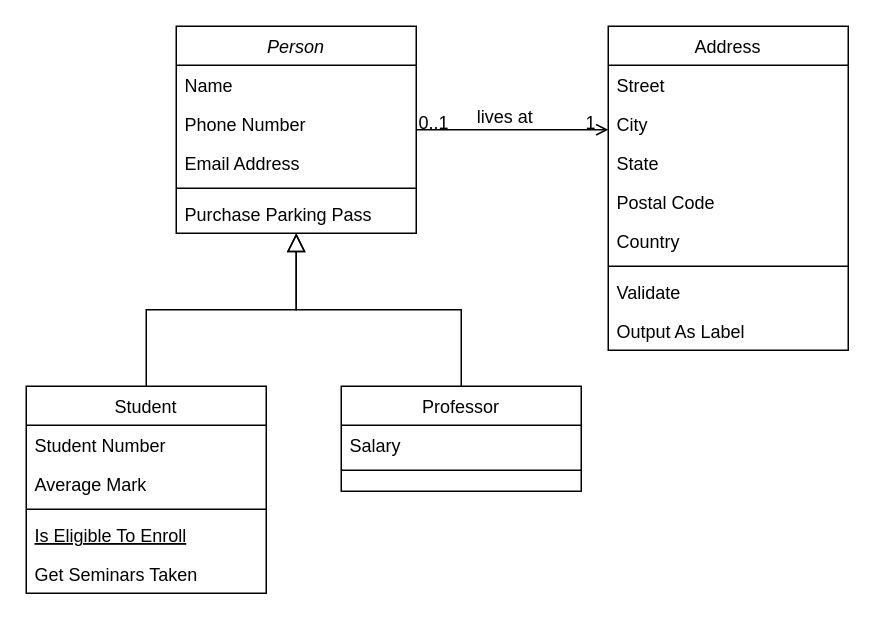
Before: documentacao/diagramas/ClassDiagram.drawio in GEdO23/PriceWhisperApp, a draw.io diagram. Source tidied: cells renumbered, new cells numbered last; positions are measured from the earlier drawing's top-left corner, leaving out a move shared by most shapes. Both pictures are drawn from the tidied source at 150%, with x=0, y=0 at pixel (26, 26).
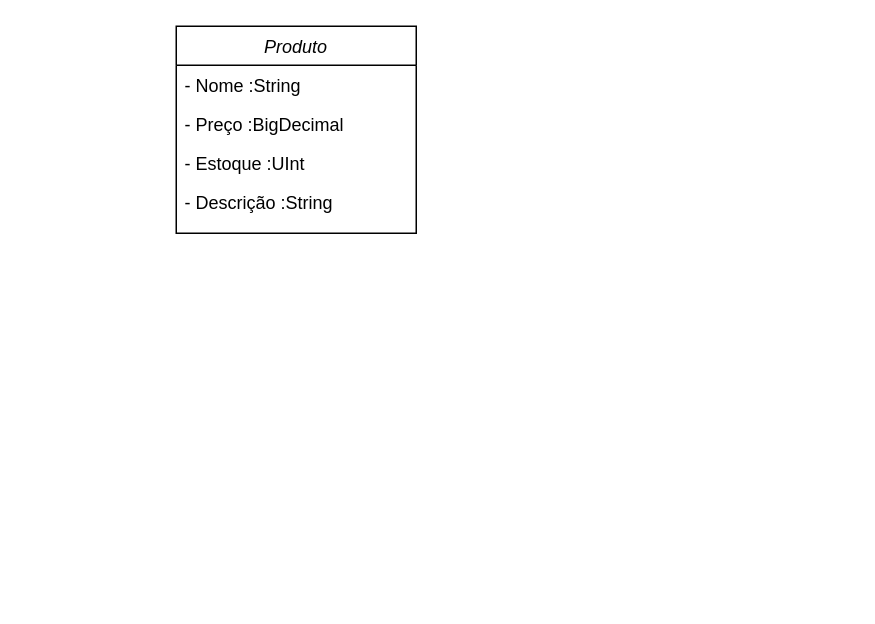
The same diagram, later.

What changed in the source:
```diff
@@
-    <mxCell id="2" value="Person" style="swimlane;fontStyle=2;align=center;verticalAlign=top;horizontal=1;startSize=26;rounded=0;shadow=0;strokeWidth=1;" parent="1" vertex="1">
+    <mxCell id="2" value="Produto" style="swimlane;fontStyle=2;align=center;verticalAlign=top;horizontal=1;startSize=26;rounded=0;shadow=0;strokeWidth=1;" parent="1" vertex="1">
       <mxGeometry x="100" width="160" height="138" as="geometry" />
     </mxCell>
-    <mxCell id="3" value="Name" style="text;align=left;verticalAlign=top;spacingLeft=4;spacingRight=4;overflow=hidden;" parent="2" vertex="1">
+    <mxCell id="3" value="- Nome :String" style="text;align=left;verticalAlign=top;spacingLeft=4;spacingRight=4;overflow=hidden;" parent="2" vertex="1">
       <mxGeometry y="26" width="160" height="26" as="geometry" />
     </mxCell>
-    <mxCell id="4" value="Phone Number" style="text;align=left;verticalAlign=top;spacingLeft=4;spacingRight=4;overflow=hidden;rounded=0;shadow=0;html=0;" parent="2" vertex="1">
+    <mxCell id="4" value="- Preço :BigDecimal" style="text;align=left;verticalAlign=top;spacingLeft=4;spacingRight=4;overflow=hidden;rounded=0;shadow=0;html=0;" parent="2" vertex="1">
       <mxGeometry y="52" width="160" height="26" as="geometry" />
     </mxCell>
-    <mxCell id="5" value="Email Address" style="text;align=left;verticalAlign=top;spacingLeft=4;spacingRight=4;overflow=hidden;rounded=0;shadow=0;html=0;" parent="2" vertex="1">
+    <mxCell id="5" value="- Estoque :UInt" style="text;align=left;verticalAlign=top;spacingLeft=4;spacingRight=4;overflow=hidden;rounded=0;shadow=0;html=0;" parent="2" vertex="1">
       <mxGeometry y="78" width="160" height="26" as="geometry" />
     </mxCell>
-    <mxCell id="6" style="line;html=1;strokeWidth=1;align=left;verticalAlign=middle;spacingTop=-1;spacingLeft=3;spacingRight=3;labelPosition=right;" parent="2" vertex="1">
-      <mxGeometry y="104" width="160" height="8" as="geometry" />
-    </mxCell>
-    <mxCell id="7" value="Purchase Parking Pass" style="text;align=left;verticalAlign=top;spacingLeft=4;spacingRight=4;overflow=hidden;" parent="2" vertex="1">
-      <mxGeometry y="112" width="160" height="26" as="geometry" />
-    </mxCell>
-    <mxCell id="8" value="Student" style="swimlane;fontStyle=0;align=center;verticalAlign=top;horizontal=1;startSize=26;rounded=0;shadow=0;strokeWidth=1;" parent="1" vertex="1">
-      <mxGeometry y="240" width="160" height="138" as="geometry" />
-    </mxCell>
-    <mxCell id="9" value="Student Number" style="text;align=left;verticalAlign=top;spacingLeft=4;spacingRight=4;overflow=hidden;" parent="8" vertex="1">
-      <mxGeometry y="26" width="160" height="26" as="geometry" />
-    </mxCell>
-    <mxCell id="10" value="Average Mark" style="text;align=left;verticalAlign=top;spacingLeft=4;spacingRight=4;overflow=hidden;rounded=0;shadow=0;html=0;" parent="8" vertex="1">
-      <mxGeometry y="52" width="160" height="26" as="geometry" />
-    </mxCell>
-    <mxCell id="11" style="line;html=1;strokeWidth=1;align=left;verticalAlign=middle;spacingTop=-1;spacingLeft=3;spacingRight=3;labelPosition=right;" parent="8" vertex="1">
-      <mxGeometry y="78" width="160" height="8" as="geometry" />
-    </mxCell>
-    <mxCell id="12" value="Is Eligible To Enroll" style="text;align=left;verticalAlign=top;spacingLeft=4;spacingRight=4;overflow=hidden;fontStyle=4;" parent="8" vertex="1">
-      <mxGeometry y="86" width="160" height="26" as="geometry" />
-    </mxCell>
-    <mxCell id="13" value="Get Seminars Taken" style="text;align=left;verticalAlign=top;spacingLeft=4;spacingRight=4;overflow=hidden;" parent="8" vertex="1">
-      <mxGeometry y="112" width="160" height="26" as="geometry" />
-    </mxCell>
-    <mxCell id="14" style="endArrow=block;endSize=10;endFill=0;shadow=0;strokeWidth=1;rounded=0;curved=0;edgeStyle=elbowEdgeStyle;elbow=vertical;" parent="1" edge="1" source="8" target="2">
-      <mxGeometry relative="1" as="geometry" />
-    </mxCell>
-    <mxCell id="15" value="Professor" style="swimlane;fontStyle=0;align=center;verticalAlign=top;horizontal=1;startSize=26;rounded=0;shadow=0;strokeWidth=1;" parent="1" vertex="1">
-      <mxGeometry x="210" y="240" width="160" height="70" as="geometry" />
-    </mxCell>
-    <mxCell id="16" value="Salary" style="text;align=left;verticalAlign=top;spacingLeft=4;spacingRight=4;overflow=hidden;" parent="15" vertex="1">
-      <mxGeometry y="26" width="160" height="26" as="geometry" />
-    </mxCell>
-    <mxCell id="17" style="line;html=1;strokeWidth=1;align=left;verticalAlign=middle;spacingTop=-1;spacingLeft=3;spacingRight=3;labelPosition=right;" parent="15" vertex="1">
-      <mxGeometry y="52" width="160" height="8" as="geometry" />
-    </mxCell>
-    <mxCell id="18" style="endArrow=block;endSize=10;endFill=0;shadow=0;strokeWidth=1;rounded=0;curved=0;edgeStyle=elbowEdgeStyle;elbow=vertical;" parent="1" edge="1" source="15" target="2">
-      <mxGeometry relative="1" as="geometry" />
-    </mxCell>
-    <mxCell id="19" value="Address" style="swimlane;fontStyle=0;align=center;verticalAlign=top;horizontal=1;startSize=26;rounded=0;shadow=0;strokeWidth=1;" parent="1" vertex="1">
-      <mxGeometry x="388" width="160" height="216" as="geometry" />
-    </mxCell>
-    <mxCell id="20" value="Street" style="text;align=left;verticalAlign=top;spacingLeft=4;spacingRight=4;overflow=hidden;" parent="19" vertex="1">
-      <mxGeometry y="26" width="160" height="26" as="geometry" />
-    </mxCell>
-    <mxCell id="21" value="City" style="text;align=left;verticalAlign=top;spacingLeft=4;spacingRight=4;overflow=hidden;rounded=0;shadow=0;html=0;" parent="19" vertex="1">
-      <mxGeometry y="52" width="160" height="26" as="geometry" />
-    </mxCell>
-    <mxCell id="22" value="State" style="text;align=left;verticalAlign=top;spacingLeft=4;spacingRight=4;overflow=hidden;rounded=0;shadow=0;html=0;" parent="19" vertex="1">
-      <mxGeometry y="78" width="160" height="26" as="geometry" />
-    </mxCell>
-    <mxCell id="23" value="Postal Code" style="text;align=left;verticalAlign=top;spacingLeft=4;spacingRight=4;overflow=hidden;rounded=0;shadow=0;html=0;" parent="19" vertex="1">
-      <mxGeometry y="104" width="160" height="26" as="geometry" />
-    </mxCell>
-    <mxCell id="24" value="Country" style="text;align=left;verticalAlign=top;spacingLeft=4;spacingRight=4;overflow=hidden;rounded=0;shadow=0;html=0;" parent="19" vertex="1">
-      <mxGeometry y="130" width="160" height="26" as="geometry" />
-    </mxCell>
-    <mxCell id="25" style="line;html=1;strokeWidth=1;align=left;verticalAlign=middle;spacingTop=-1;spacingLeft=3;spacingRight=3;labelPosition=right;" parent="19" vertex="1">
-      <mxGeometry y="156" width="160" height="8" as="geometry" />
-    </mxCell>
-    <mxCell id="26" value="Validate" style="text;align=left;verticalAlign=top;spacingLeft=4;spacingRight=4;overflow=hidden;" parent="19" vertex="1">
-      <mxGeometry y="164" width="160" height="26" as="geometry" />
-    </mxCell>
-    <mxCell id="27" value="Output As Label" style="text;align=left;verticalAlign=top;spacingLeft=4;spacingRight=4;overflow=hidden;" parent="19" vertex="1">
-      <mxGeometry y="190" width="160" height="26" as="geometry" />
-    </mxCell>
-    <mxCell id="28" style="endArrow=open;shadow=0;strokeWidth=1;rounded=0;curved=0;endFill=1;edgeStyle=elbowEdgeStyle;elbow=vertical;" parent="1" edge="1" source="2" target="19">
-      <mxGeometry x="0.5" y="41" relative="1" as="geometry">
-        <mxPoint x="-40" y="32" as="offset" />
-      </mxGeometry>
-    </mxCell>
-    <mxCell id="29" value="0..1" style="align=left;verticalAlign=bottom;labelBackgroundColor=none;fontSize=12;" parent="28" vertex="1">
-      <mxGeometry x="-1" relative="1" as="geometry">
-        <mxPoint y="4" as="offset" />
-      </mxGeometry>
-    </mxCell>
-    <mxCell id="30" value="1" style="align=right;verticalAlign=bottom;labelBackgroundColor=none;fontSize=12;" parent="28" vertex="1">
-      <mxGeometry x="1" relative="1" as="geometry">
-        <mxPoint x="-7" y="4" as="offset" />
-      </mxGeometry>
-    </mxCell>
-    <mxCell id="31" value="lives at" style="text;html=1;align=center;verticalAlign=middle;labelBackgroundColor=none;rounded=0;shadow=0;strokeWidth=1;fontSize=12;" parent="28" vertex="1">
-      <mxGeometry x="0.5" y="49" relative="1" as="geometry">
-        <mxPoint x="-38" y="40" as="offset" />
-      </mxGeometry>
-    </mxCell>
+    <mxCell id="32" value="- Descrição :String" style="text;align=left;verticalAlign=top;spacingLeft=4;spacingRight=4;overflow=hidden;rounded=0;shadow=0;html=0;" parent="2" vertex="1">
+      <mxGeometry y="104" width="160" height="26" as="geometry" />
+    </mxCell>
```
